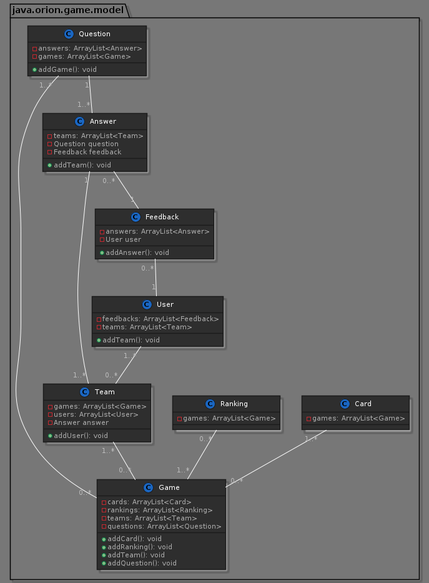
orion-services/game keeps this PlantUML diagram as docs/diagram.png. Above is the earlier version.
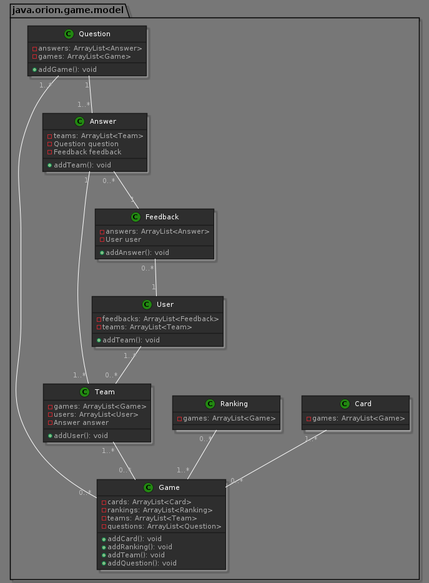
After the change.

The edit, as a diff of the source:
```diff
@@ -1,5 +1,5 @@
 @startuml
-!define DARKBLUE
+!define DARKGREEN
 !include https://raw.githubusercontent.com/Drakemor/RedDress-PlantUML/master/style.puml
 
 package java.orion.game.model {
```
